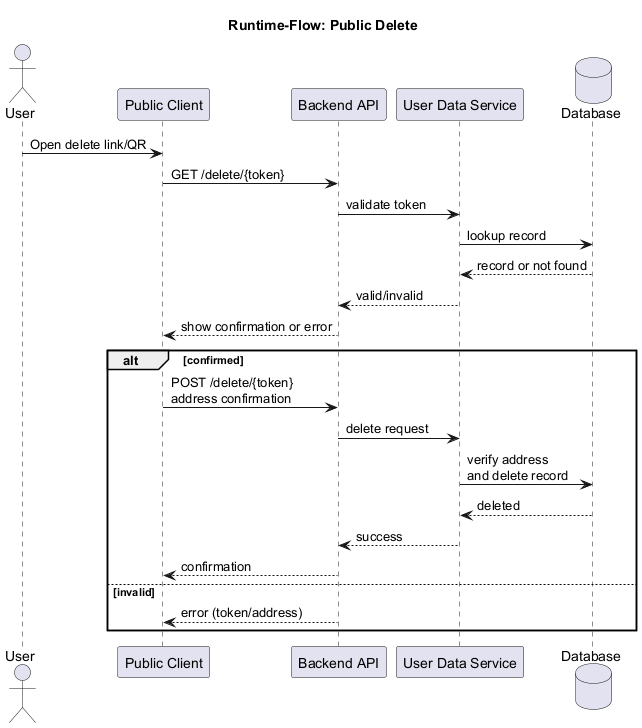
This is docs/architecture/attachments/runtime-flow-delete.png from csi-FOXBYTE/Regensburg_DigitalerEnergieZwilling_Backend, a PlantUML export, as it was before one commit.
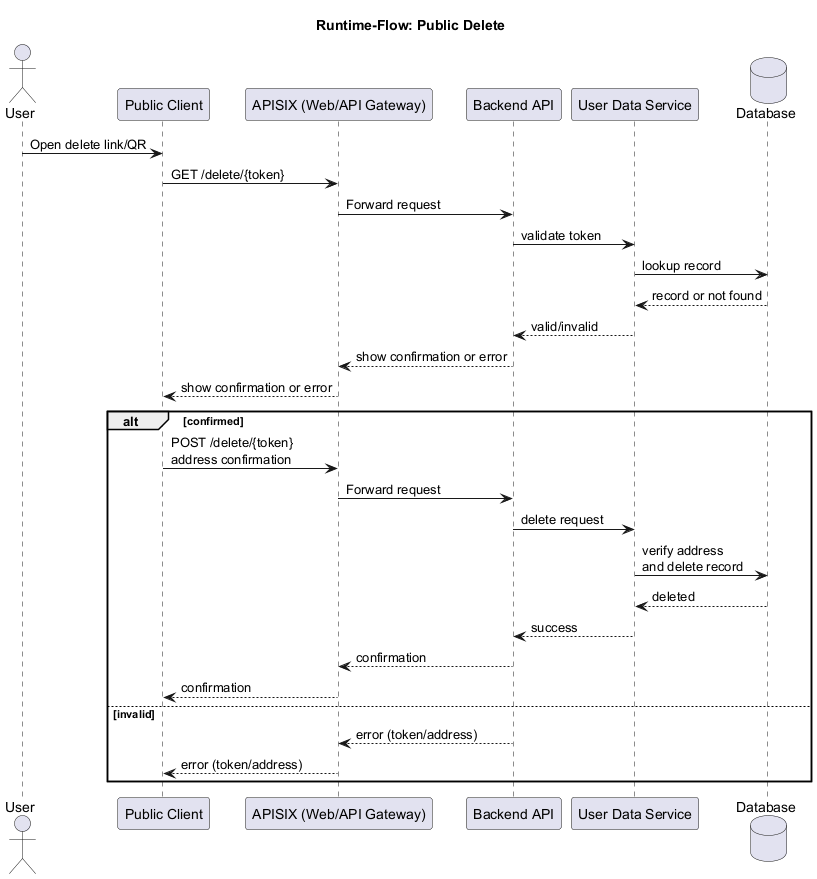
After the commit.

Diff of the diagram source:
```diff
@@ -3,27 +3,33 @@
 
 actor User
 participant "Public Client" as client
+participant "APISIX (Web/API Gateway)" as gateway
 participant "Backend API" as api
 participant "User Data Service" as uds
 database "Database" as db
 
 User -> client : Open delete link/QR
-client -> api : GET /delete/{token}
+client -> gateway : GET /delete/{token}
+gateway -> api : Forward request
 api -> uds : validate token
 uds -> db : lookup record
 db --> uds : record or not found
 uds --> api : valid/invalid
-api --> client : show confirmation or error
+api --> gateway : show confirmation or error
+gateway --> client : show confirmation or error
 
 alt confirmed
-  client -> api : POST /delete/{token}\naddress confirmation
+  client -> gateway : POST /delete/{token}\naddress confirmation
+  gateway -> api : Forward request
   api -> uds : delete request
   uds -> db : verify address\nand delete record
   db --> uds : deleted
   uds --> api : success
-  api --> client : confirmation
+  api --> gateway : confirmation
+  gateway --> client : confirmation
 else invalid
-  api --> client : error (token/address)
+  api --> gateway : error (token/address)
+  gateway --> client : error (token/address)
 end
 
 @enduml
```
